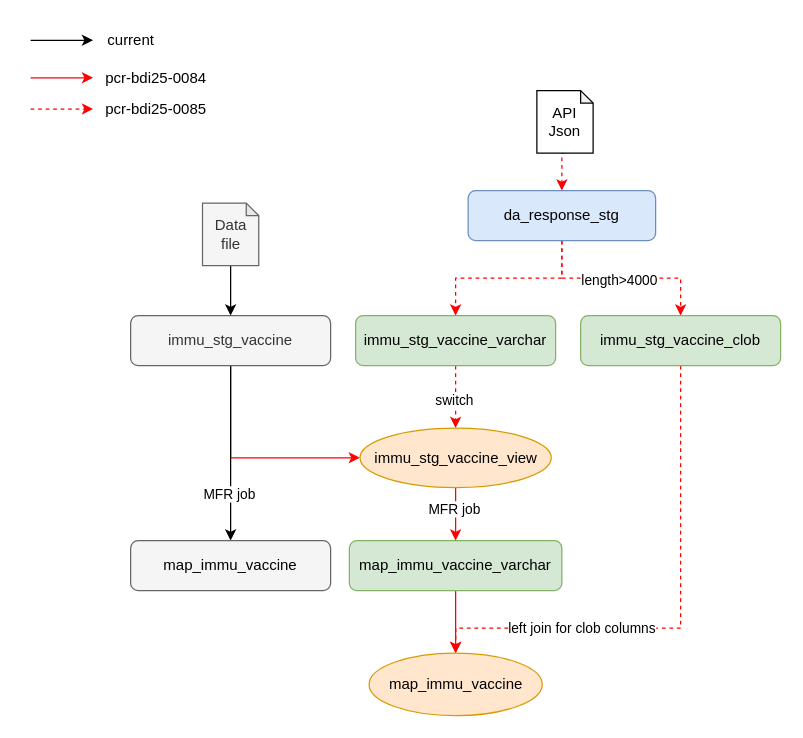
Above: immu_workflow.drawio in xuhuide/drawio (draw.io), before the change. Source tidied: cells renumbered, new cells numbered last; positions are measured from the earlier drawing's top-left corner, leaving out a move shared by most shapes. Both pictures are drawn from the tidied source at 125%, with x=0, y=0 at pixel (30, 21).
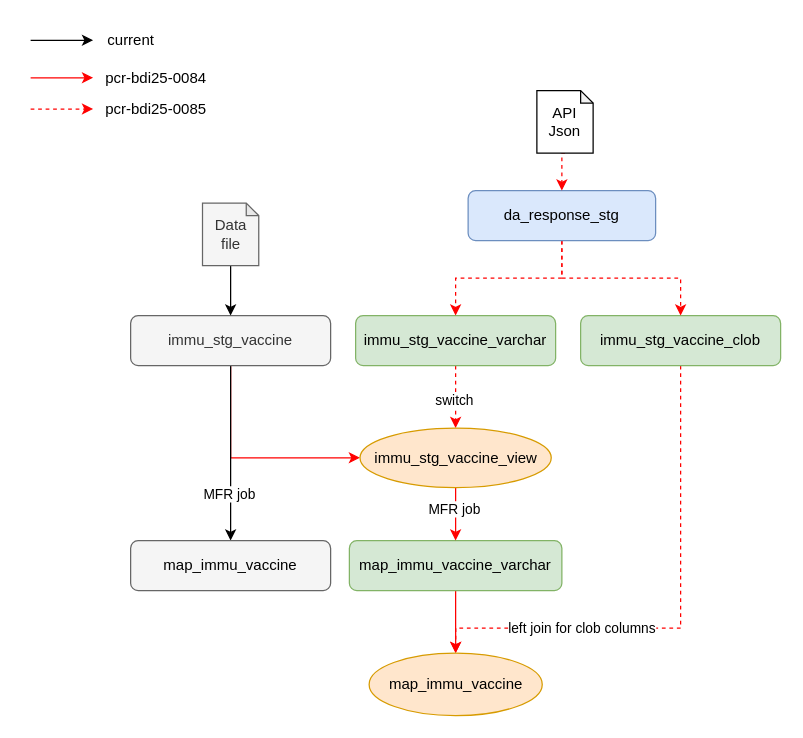
The same page after the edit.

Unchanged cells that the change refers to:
```xml
<mxCell id="15" style="edgeStyle=orthogonalEdgeStyle;rounded=0;jettySize=auto;html=1;exitX=0.5;exitY=1;exitDx=0;exitDy=0;entryX=0.5;entryY=0;entryDx=0;entryDy=0;dashed=1;strokeColor=#FF0000;" parent="1" edge="1" source="17" target="13">
  <mxGeometry relative="1" as="geometry" />
</mxCell>
```

Change to the diagram source:
```diff
@@
-    <mxCell id="16" value="length&amp;gt;4000" style="edgeLabel;html=1;align=center;verticalAlign=middle;" parent="15" vertex="1">
-      <mxGeometry x="-0.03" y="-1" relative="1" as="geometry" />
-    </mxCell>
```
